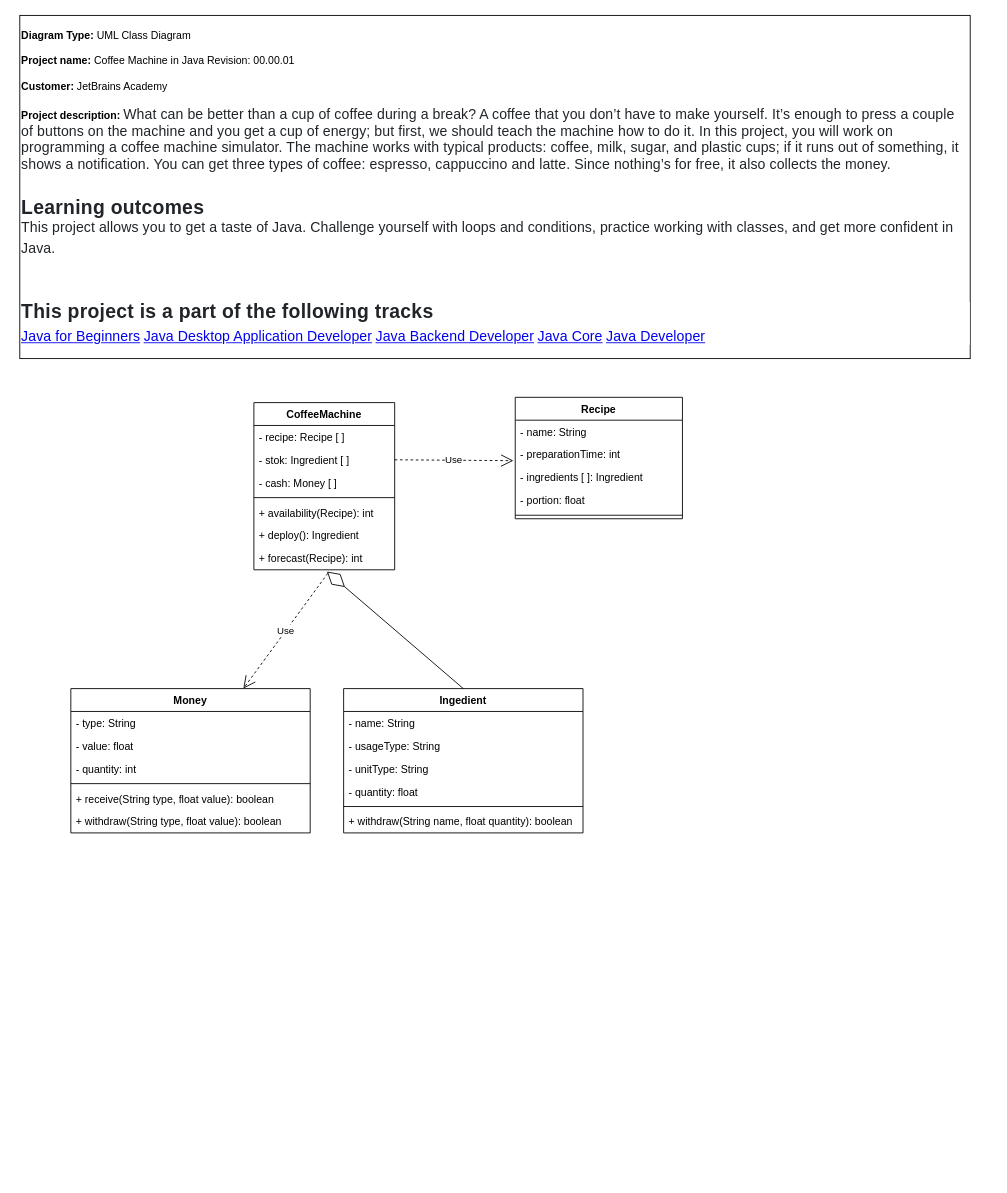
AlbertoVictorRebello/JetBrainsJavaForBeginners-CoffeMachineProject keeps this draw.io diagram as UML/CoffeMachine v 0.0.1.drawio. Above is the earlier version. Source tidied: cells renumbered, new cells numbered last; positions are measured from the earlier drawing's top-left corner, leaving out a move shared by most shapes. Both pictures are drawn from the tidied source at 88%, with x=0, y=0 at pixel (19, 15).
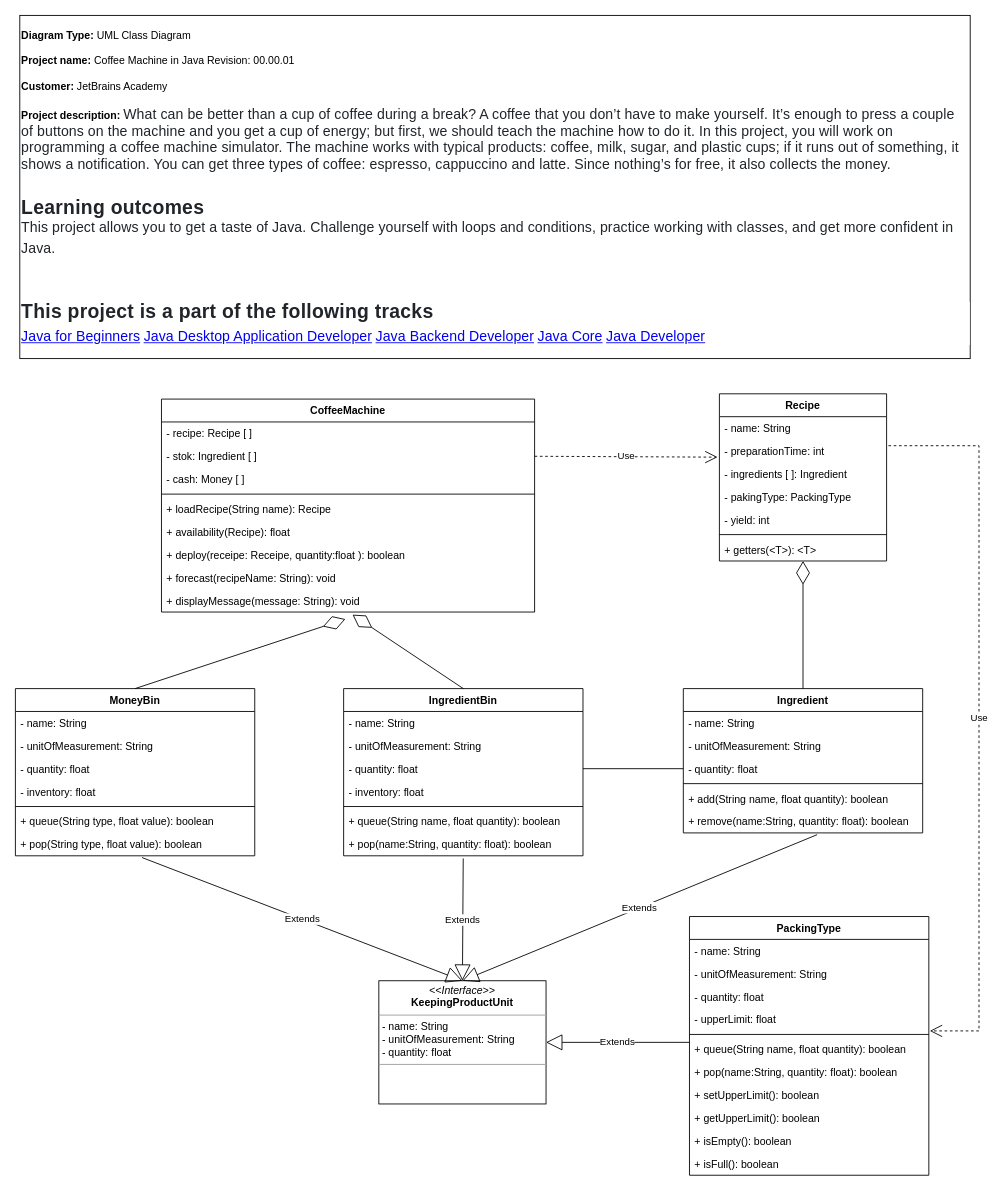
The same page after the edit.

Commit message (it also covers changes not shown here):
Stage 2/6: Ingredient calculator - implemented class structure. New CoffeeMachine.forecast method is available.

The change refers to these unchanged cells:
```xml
<mxCell id="14" value="- preparationTime: int&#10;" style="text;strokeColor=none;fillColor=none;align=left;verticalAlign=top;spacingLeft=4;spacingRight=4;overflow=hidden;points=[[0,0.5],[1,0.5]];portConstraint=eastwest;" parent="12" vertex="1">
  <mxGeometry y="52" width="190" height="26" as="geometry" />
</mxCell>
```

Change to the diagram source:
```diff
@@
     <mxCell id="4" value="CoffeeMachine" style="swimlane;fontStyle=1;align=center;verticalAlign=top;horizontal=1;startSize=26;" parent="1" vertex="1">
-      <mxGeometry x="266" y="440" width="160" height="190" as="geometry" />
+      <mxGeometry x="161" y="436" width="424" height="242" as="geometry" />
     </mxCell>
     <mxCell id="5" value="- recipe: Recipe [ ]&#10;" style="text;strokeColor=none;fillColor=none;align=left;verticalAlign=top;spacingLeft=4;spacingRight=4;overflow=hidden;" parent="4" vertex="1">
-      <mxGeometry y="26" width="160" height="26" as="geometry" />
+      <mxGeometry y="26" width="424" height="26" as="geometry" />
     </mxCell>
     <mxCell id="6" value="- stok: Ingredient [ ]" style="text;strokeColor=none;fillColor=none;align=left;verticalAlign=top;spacingLeft=4;spacingRight=4;overflow=hidden;points=[[0,0.5],[1,0.5]];portConstraint=eastwest;" parent="4" vertex="1">
-      <mxGeometry y="52" width="160" height="26" as="geometry" />
+      <mxGeometry y="52" width="424" height="26" as="geometry" />
     </mxCell>
     <mxCell id="7" value="- cash: Money [ ]" style="text;strokeColor=none;fillColor=none;align=left;verticalAlign=top;spacingLeft=4;spacingRight=4;overflow=hidden;" parent="4" vertex="1">
-      <mxGeometry y="78" width="160" height="26" as="geometry" />
+      <mxGeometry y="78" width="424" height="26" as="geometry" />
     </mxCell>
     <mxCell id="8" style="line;strokeWidth=1;fillColor=none;align=left;verticalAlign=middle;spacingTop=-1;spacingLeft=3;spacingRight=3;labelPosition=right;" parent="4" vertex="1">
-      <mxGeometry y="104" width="160" height="8" as="geometry" />
+      <mxGeometry y="104" width="424" height="8" as="geometry" />
     </mxCell>
+    <mxCell id="34" value="+ loadRecipe(String name): Recipe" style="text;strokeColor=none;fillColor=none;align=left;verticalAlign=top;spacingLeft=4;spacingRight=4;overflow=hidden;" parent="4" vertex="1">
+      <mxGeometry y="112" width="424" height="26" as="geometry" />
+    </mxCell>
-    <mxCell id="9" value="+ availability(Recipe): int" style="text;strokeColor=none;fillColor=none;align=left;verticalAlign=top;spacingLeft=4;spacingRight=4;overflow=hidden;" parent="4" vertex="1">
-      <mxGeometry y="112" width="160" height="26" as="geometry" />
+    <mxCell id="9" value="+ availability(Recipe): float" style="text;strokeColor=none;fillColor=none;align=left;verticalAlign=top;spacingLeft=4;spacingRight=4;overflow=hidden;" parent="4" vertex="1">
+      <mxGeometry y="138" width="424" height="26" as="geometry" />
     </mxCell>
-    <mxCell id="10" value="+ deploy(): Ingredient" style="text;strokeColor=none;fillColor=none;align=left;verticalAlign=top;spacingLeft=4;spacingRight=4;overflow=hidden;" parent="4" vertex="1">
-      <mxGeometry y="138" width="160" height="26" as="geometry" />
+    <mxCell id="10" value="+ deploy(receipe: Receipe, quantity:float ): boolean" style="text;strokeColor=none;fillColor=none;align=left;verticalAlign=top;spacingLeft=4;spacingRight=4;overflow=hidden;" parent="4" vertex="1">
+      <mxGeometry y="164" width="424" height="26" as="geometry" />
     </mxCell>
-    <mxCell id="11" value="+ forecast(Recipe): int" style="text;strokeColor=none;fillColor=none;align=left;verticalAlign=top;spacingLeft=4;spacingRight=4;overflow=hidden;points=[[0,0.5],[1,0.5]];portConstraint=eastwest;" parent="4" vertex="1">
-      <mxGeometry y="164" width="160" height="26" as="geometry" />
+    <mxCell id="11" value="+ forecast(recipeName: String): void" style="text;strokeColor=none;fillColor=none;align=left;verticalAlign=top;spacingLeft=4;spacingRight=4;overflow=hidden;points=[[0,0.5],[1,0.5]];portConstraint=eastwest;" parent="4" vertex="1">
+      <mxGeometry y="190" width="424" height="26" as="geometry" />
     </mxCell>
+    <mxCell id="35" value="+ displayMessage(message: String): void" style="text;strokeColor=none;fillColor=none;align=left;verticalAlign=top;spacingLeft=4;spacingRight=4;overflow=hidden;points=[[0,0.5],[1,0.5]];portConstraint=eastwest;" parent="4" vertex="1">
+      <mxGeometry y="216" width="424" height="26" as="geometry" />
+    </mxCell>
     <mxCell id="12" value="Recipe" style="swimlane;fontStyle=1;align=center;verticalAlign=top;horizontal=1;startSize=26;" parent="1" vertex="1">
-      <mxGeometry x="563" y="434" width="190" height="138" as="geometry" />
+      <mxGeometry x="795" y="430" width="190" height="190" as="geometry" />
     </mxCell>
@@
-    <mxCell id="16" value="- portion: float" style="text;strokeColor=none;fillColor=none;align=left;verticalAlign=top;spacingLeft=4;spacingRight=4;overflow=hidden;" parent="12" vertex="1">
+    <mxCell id="16" value="- pakingType: PackingType" style="text;strokeColor=none;fillColor=none;align=left;verticalAlign=top;spacingLeft=4;spacingRight=4;overflow=hidden;" parent="12" vertex="1">
       <mxGeometry y="104" width="190" height="26" as="geometry" />
     </mxCell>
+    <mxCell id="36" value="- yield: int" style="text;strokeColor=none;fillColor=none;align=left;verticalAlign=top;spacingLeft=4;spacingRight=4;overflow=hidden;" parent="12" vertex="1">
+      <mxGeometry y="130" width="190" height="26" as="geometry" />
+    </mxCell>
     <mxCell id="17" style="line;strokeWidth=1;fillColor=none;align=left;verticalAlign=middle;spacingTop=-1;spacingLeft=3;spacingRight=3;labelPosition=right;" parent="12" vertex="1">
-      <mxGeometry y="130" width="190" height="8" as="geometry" />
+      <mxGeometry y="156" width="190" height="8" as="geometry" />
     </mxCell>
+    <mxCell id="37" value="+ getters(&lt;T&gt;): &lt;T&gt;" style="text;strokeColor=none;fillColor=none;align=left;verticalAlign=top;spacingLeft=4;spacingRight=4;overflow=hidden;points=[[0,0.5],[1,0.5]];portConstraint=eastwest;" parent="12" vertex="1">
+      <mxGeometry y="164" width="190" height="26" as="geometry" />
+    </mxCell>
-    <mxCell id="18" value="Ingedient" style="swimlane;fontStyle=1;align=center;verticalAlign=top;horizontal=1;startSize=26;" parent="1" vertex="1">
-      <mxGeometry x="368" y="765" width="272" height="164" as="geometry" />
+    <mxCell id="18" value="IngredientBin" style="swimlane;fontStyle=1;align=center;verticalAlign=top;horizontal=1;startSize=26;" parent="1" vertex="1">
+      <mxGeometry x="368" y="765" width="272" height="190" as="geometry" />
     </mxCell>
@@
-    <mxCell id="20" value="- usageType: String" style="text;strokeColor=none;fillColor=none;align=left;verticalAlign=top;spacingLeft=4;spacingRight=4;overflow=hidden;" parent="18" vertex="1">
-      <mxGeometry y="52" width="272" height="26" as="geometry" />
-    </mxCell>
-    <mxCell id="21" value="- unitType: String" style="text;strokeColor=none;fillColor=none;align=left;verticalAlign=top;spacingLeft=4;spacingRight=4;overflow=hidden;" parent="18" vertex="1">
-      <mxGeometry y="78" width="272" height="26" as="geometry" />
-    </mxCell>
+    <mxCell id="38" value="- unitOfMeasurement: String" style="text;strokeColor=none;fillColor=none;align=left;verticalAlign=top;spacingLeft=4;spacingRight=4;overflow=hidden;" parent="18" vertex="1">
+      <mxGeometry y="52" width="272" height="26" as="geometry" />
+    </mxCell>
     <mxCell id="22" value="- quantity: float" style="text;strokeColor=none;fillColor=none;align=left;verticalAlign=top;spacingLeft=4;spacingRight=4;overflow=hidden;points=[[0,0.5],[1,0.5]];portConstraint=eastwest;" parent="18" vertex="1">
-      <mxGeometry y="104" width="272" height="26" as="geometry" />
+      <mxGeometry y="78" width="272" height="26" as="geometry" />
     </mxCell>
+    <mxCell id="39" value="- inventory: float" style="text;strokeColor=none;fillColor=none;align=left;verticalAlign=top;spacingLeft=4;spacingRight=4;overflow=hidden;" parent="18" vertex="1">
+      <mxGeometry y="104" width="272" height="26" as="geometry" />
+    </mxCell>
@@
-    <mxCell id="24" value="+ withdraw(String name, float quantity): boolean" style="text;strokeColor=none;fillColor=none;align=left;verticalAlign=top;spacingLeft=4;spacingRight=4;overflow=hidden;" parent="18" vertex="1">
+    <mxCell id="24" value="+ queue(String name, float quantity): boolean" style="text;strokeColor=none;fillColor=none;align=left;verticalAlign=top;spacingLeft=4;spacingRight=4;overflow=hidden;" parent="18" vertex="1">
       <mxGeometry y="138" width="272" height="26" as="geometry" />
     </mxCell>
+    <mxCell id="32" value="+ pop(name:String, quantity: float): boolean" style="text;strokeColor=none;fillColor=none;align=left;verticalAlign=top;spacingLeft=4;spacingRight=4;overflow=hidden;" parent="18" vertex="1">
+      <mxGeometry y="164" width="272" height="26" as="geometry" />
+    </mxCell>
-    <mxCell id="25" style="endArrow=diamondThin;endFill=0;endSize=24;html=1;rounded=0;exitX=0.5;exitY=0;exitDx=0;exitDy=0;entryX=0.519;entryY=1.077;entryDx=0;entryDy=0;entryPerimeter=0;" parent="1" edge="1" source="18" target="11">
+    <mxCell id="25" style="endArrow=diamondThin;endFill=0;endSize=24;html=1;rounded=0;exitX=0.5;exitY=0;exitDx=0;exitDy=0;entryX=0.512;entryY=1.115;entryDx=0;entryDy=0;entryPerimeter=0;" parent="1" edge="1" source="18" target="35">
       <mxGeometry relative="1" as="geometry" />
     </mxCell>
-    <mxCell id="26" value="Money" style="swimlane;fontStyle=1;align=center;verticalAlign=top;horizontal=1;startSize=26;" parent="1" vertex="1">
-      <mxGeometry x="58" y="765" width="272" height="164" as="geometry" />
+    <mxCell id="26" value="MoneyBin" style="swimlane;fontStyle=1;align=center;verticalAlign=top;horizontal=1;startSize=26;" parent="1" vertex="1">
+      <mxGeometry x="-5" y="765" width="272" height="190" as="geometry" />
     </mxCell>
-    <mxCell id="27" value="- type: String" style="text;strokeColor=none;fillColor=none;align=left;verticalAlign=top;spacingLeft=4;spacingRight=4;overflow=hidden;" parent="26" vertex="1">
+    <mxCell id="27" value="- name: String" style="text;strokeColor=none;fillColor=none;align=left;verticalAlign=top;spacingLeft=4;spacingRight=4;overflow=hidden;" parent="26" vertex="1">
       <mxGeometry y="26" width="272" height="26" as="geometry" />
     </mxCell>
-    <mxCell id="28" value="- value: float" style="text;strokeColor=none;fillColor=none;align=left;verticalAlign=top;spacingLeft=4;spacingRight=4;overflow=hidden;" parent="26" vertex="1">
-      <mxGeometry y="52" width="272" height="26" as="geometry" />
-    </mxCell>
+    <mxCell id="40" value="- unitOfMeasurement: String" style="text;strokeColor=none;fillColor=none;align=left;verticalAlign=top;spacingLeft=4;spacingRight=4;overflow=hidden;" parent="26" vertex="1">
+      <mxGeometry y="52" width="272" height="26" as="geometry" />
+    </mxCell>
-    <mxCell id="29" value="- quantity: int" style="text;strokeColor=none;fillColor=none;align=left;verticalAlign=top;spacingLeft=4;spacingRight=4;overflow=hidden;" parent="26" vertex="1">
+    <mxCell id="29" value="- quantity: float" style="text;strokeColor=none;fillColor=none;align=left;verticalAlign=top;spacingLeft=4;spacingRight=4;overflow=hidden;" parent="26" vertex="1">
       <mxGeometry y="78" width="272" height="26" as="geometry" />
     </mxCell>
+    <mxCell id="41" value="- inventory: float" style="text;strokeColor=none;fillColor=none;align=left;verticalAlign=top;spacingLeft=4;spacingRight=4;overflow=hidden;" parent="26" vertex="1">
+      <mxGeometry y="104" width="272" height="26" as="geometry" />
+    </mxCell>
     <mxCell id="30" style="line;strokeWidth=1;fillColor=none;align=left;verticalAlign=middle;spacingTop=-1;spacingLeft=3;spacingRight=3;labelPosition=right;" parent="26" vertex="1">
-      <mxGeometry y="104" width="272" height="8" as="geometry" />
+      <mxGeometry y="130" width="272" height="8" as="geometry" />
     </mxCell>
-    <mxCell id="31" value="+ receive(String type, float value): boolean" style="text;strokeColor=none;fillColor=none;align=left;verticalAlign=top;spacingLeft=4;spacingRight=4;overflow=hidden;" parent="26" vertex="1">
-      <mxGeometry y="112" width="272" height="26" as="geometry" />
+    <mxCell id="31" value="+ queue(String type, float value): boolean" style="text;strokeColor=none;fillColor=none;align=left;verticalAlign=top;spacingLeft=4;spacingRight=4;overflow=hidden;" parent="26" vertex="1">
+      <mxGeometry y="138" width="272" height="26" as="geometry" />
     </mxCell>
-    <mxCell id="32" value="+ withdraw(String type, float value): boolean" style="text;strokeColor=none;fillColor=none;align=left;verticalAlign=top;spacingLeft=4;spacingRight=4;overflow=hidden;" parent="26" vertex="1">
-      <mxGeometry y="138" width="272" height="26" as="geometry" />
-    </mxCell>
+    <mxCell id="42" value="+ pop(String type, float value): boolean" style="text;strokeColor=none;fillColor=none;align=left;verticalAlign=top;spacingLeft=4;spacingRight=4;overflow=hidden;points=[[0,0.5],[1,0.5]];portConstraint=eastwest;" parent="26" vertex="1">
+      <mxGeometry y="164" width="272" height="26" as="geometry" />
+    </mxCell>
+    <mxCell id="43" style="endArrow=diamondThin;endFill=0;endSize=24;html=1;rounded=0;exitX=0.5;exitY=0;exitDx=0;exitDy=0;entryX=0.493;entryY=1.308;entryDx=0;entryDy=0;entryPerimeter=0;" parent="1" edge="1" source="26" target="35">
+      <mxGeometry relative="1" as="geometry" />
+    </mxCell>
+    <mxCell id="44" value="&lt;p style=&quot;margin: 0px ; margin-top: 4px ; text-align: center&quot;&gt;&lt;i&gt;&amp;lt;&amp;lt;Interface&amp;gt;&amp;gt;&lt;/i&gt;&lt;br&gt;&lt;span style=&quot;font-weight: 700&quot;&gt;KeepingProductUnit&lt;/span&gt;&lt;br&gt;&lt;/p&gt;&lt;hr size=&quot;1&quot;&gt;&lt;p style=&quot;margin: 0px ; margin-left: 4px&quot;&gt;- name: String&lt;br&gt;- unitOfMeasurement: String&lt;br&gt;&lt;/p&gt;&lt;p style=&quot;margin: 0px ; margin-left: 4px&quot;&gt;- quantity: float&lt;br&gt;&lt;/p&gt;&lt;hr size=&quot;1&quot;&gt;&lt;p style=&quot;margin: 0px ; margin-left: 4px&quot;&gt;&lt;br&gt;&lt;/p&gt;" style="verticalAlign=top;align=left;overflow=fill;fontSize=12;fontFamily=Helvetica;html=1;" parent="1" vertex="1">
+      <mxGeometry x="408" y="1097" width="190" height="140" as="geometry" />
+    </mxCell>
+    <mxCell id="45" value="Ingredient" style="swimlane;fontStyle=1;align=center;verticalAlign=top;horizontal=1;startSize=26;" parent="1" vertex="1">
+      <mxGeometry x="754" y="765" width="272" height="164" as="geometry" />
+    </mxCell>
+    <mxCell id="46" value="- name: String" style="text;strokeColor=none;fillColor=none;align=left;verticalAlign=top;spacingLeft=4;spacingRight=4;overflow=hidden;" parent="45" vertex="1">
+      <mxGeometry y="26" width="272" height="26" as="geometry" />
+    </mxCell>
+    <mxCell id="47" value="- unitOfMeasurement: String" style="text;strokeColor=none;fillColor=none;align=left;verticalAlign=top;spacingLeft=4;spacingRight=4;overflow=hidden;" parent="45" vertex="1">
+      <mxGeometry y="52" width="272" height="26" as="geometry" />
+    </mxCell>
+    <mxCell id="48" value="- quantity: float" style="text;strokeColor=none;fillColor=none;align=left;verticalAlign=top;spacingLeft=4;spacingRight=4;overflow=hidden;points=[[0,0.5],[1,0.5]];portConstraint=eastwest;" parent="45" vertex="1">
+      <mxGeometry y="78" width="272" height="26" as="geometry" />
+    </mxCell>
+    <mxCell id="49" style="line;strokeWidth=1;fillColor=none;align=left;verticalAlign=middle;spacingTop=-1;spacingLeft=3;spacingRight=3;labelPosition=right;" parent="45" vertex="1">
+      <mxGeometry y="104" width="272" height="8" as="geometry" />
+    </mxCell>
+    <mxCell id="50" value="+ add(String name, float quantity): boolean" style="text;strokeColor=none;fillColor=none;align=left;verticalAlign=top;spacingLeft=4;spacingRight=4;overflow=hidden;" parent="45" vertex="1">
+      <mxGeometry y="112" width="272" height="26" as="geometry" />
+    </mxCell>
+    <mxCell id="51" value="+ remove(name:String, quantity: float): boolean" style="text;strokeColor=none;fillColor=none;align=left;verticalAlign=top;spacingLeft=4;spacingRight=4;overflow=hidden;points=[[0,0.5],[1,0.5]];portConstraint=eastwest;" parent="45" vertex="1">
+      <mxGeometry y="138" width="272" height="26" as="geometry" />
+    </mxCell>
+    <mxCell id="52" style="endArrow=diamondThin;endFill=0;endSize=24;html=1;rounded=0;exitX=0.5;exitY=0;exitDx=0;exitDy=0;" parent="1" edge="1" source="45" target="37">
+      <mxGeometry relative="1" as="geometry" />
+    </mxCell>
+    <mxCell id="53" style="endArrow=none;html=1;edgeStyle=orthogonalEdgeStyle;rounded=0;exitX=1;exitY=0.5;exitDx=0;exitDy=0;" parent="1" edge="1" source="22" target="48">
+      <mxGeometry relative="1" as="geometry" />
+    </mxCell>
+    <mxCell id="54" value="Extends" style="endArrow=block;endSize=16;endFill=0;html=1;rounded=0;entryX=0.5;entryY=0;entryDx=0;entryDy=0;exitX=0.529;exitY=1.077;exitDx=0;exitDy=0;exitPerimeter=0;" parent="1" edge="1" source="42" target="44">
+      <mxGeometry relative="1" as="geometry" />
+    </mxCell>
+    <mxCell id="55" value="Extends" style="endArrow=block;endSize=16;endFill=0;html=1;rounded=0;exitX=0.518;exitY=1.115;exitDx=0;exitDy=0;exitPerimeter=0;entryX=0.5;entryY=0;entryDx=0;entryDy=0;" parent="1" edge="1" target="44">
+      <mxGeometry relative="1" as="geometry">
+        <mxPoint x="503.9" y="958" as="sourcePoint" />
+      </mxGeometry>
+    </mxCell>
+    <mxCell id="56" value="Extends" style="endArrow=block;endSize=16;endFill=0;html=1;rounded=0;entryX=0.5;entryY=0;entryDx=0;entryDy=0;exitX=0.559;exitY=1.077;exitDx=0;exitDy=0;exitPerimeter=0;" parent="1" edge="1" source="51" target="44">
+      <mxGeometry relative="1" as="geometry" />
+    </mxCell>
+    <mxCell id="57" value="PackingType" style="swimlane;fontStyle=1;align=center;verticalAlign=top;horizontal=1;startSize=26;" parent="1" vertex="1">
+      <mxGeometry x="761" y="1024" width="272" height="294" as="geometry" />
+    </mxCell>
+    <mxCell id="58" value="- name: String" style="text;strokeColor=none;fillColor=none;align=left;verticalAlign=top;spacingLeft=4;spacingRight=4;overflow=hidden;" parent="57" vertex="1">
+      <mxGeometry y="26" width="272" height="26" as="geometry" />
+    </mxCell>
+    <mxCell id="59" value="- unitOfMeasurement: String" style="text;strokeColor=none;fillColor=none;align=left;verticalAlign=top;spacingLeft=4;spacingRight=4;overflow=hidden;" parent="57" vertex="1">
+      <mxGeometry y="52" width="272" height="26" as="geometry" />
+    </mxCell>
+    <mxCell id="60" value="- quantity: float" style="text;strokeColor=none;fillColor=none;align=left;verticalAlign=top;spacingLeft=4;spacingRight=4;overflow=hidden;" parent="57" vertex="1">
+      <mxGeometry y="78" width="272" height="26" as="geometry" />
+    </mxCell>
+    <mxCell id="61" value="- upperLimit: float" style="text;strokeColor=none;fillColor=none;align=left;verticalAlign=top;spacingLeft=4;spacingRight=4;overflow=hidden;points=[[0,0.5],[1,0.5]];portConstraint=eastwest;" parent="57" vertex="1">
+      <mxGeometry y="104" width="272" height="26" as="geometry" />
+    </mxCell>
+    <mxCell id="62" style="line;strokeWidth=1;fillColor=none;align=left;verticalAlign=middle;spacingTop=-1;spacingLeft=3;spacingRight=3;labelPosition=right;" parent="57" vertex="1">
+      <mxGeometry y="130" width="272" height="8" as="geometry" />
+    </mxCell>
+    <mxCell id="63" value="+ queue(String name, float quantity): boolean" style="text;strokeColor=none;fillColor=none;align=left;verticalAlign=top;spacingLeft=4;spacingRight=4;overflow=hidden;points=[[0,0.5],[1,0.5]];portConstraint=eastwest;" parent="57" vertex="1">
+      <mxGeometry y="138" width="272" height="26" as="geometry" />
+    </mxCell>
+    <mxCell id="64" value="+ pop(name:String, quantity: float): boolean" style="text;strokeColor=none;fillColor=none;align=left;verticalAlign=top;spacingLeft=4;spacingRight=4;overflow=hidden;" parent="57" vertex="1">
+      <mxGeometry y="164" width="272" height="26" as="geometry" />
+    </mxCell>
+    <mxCell id="65" value="+ setUpperLimit(): boolean" style="text;strokeColor=none;fillColor=none;align=left;verticalAlign=top;spacingLeft=4;spacingRight=4;overflow=hidden;" parent="57" vertex="1">
+      <mxGeometry y="190" width="272" height="26" as="geometry" />
+    </mxCell>
+    <mxCell id="66" value="+ getUpperLimit(): boolean" style="text;strokeColor=none;fillColor=none;align=left;verticalAlign=top;spacingLeft=4;spacingRight=4;overflow=hidden;" parent="57" vertex="1">
+      <mxGeometry y="216" width="272" height="26" as="geometry" />
+    </mxCell>
+    <mxCell id="67" value="+ isEmpty(): boolean" style="text;strokeColor=none;fillColor=none;align=left;verticalAlign=top;spacingLeft=4;spacingRight=4;overflow=hidden;" parent="57" vertex="1">
+      <mxGeometry y="242" width="272" height="26" as="geometry" />
+    </mxCell>
+    <mxCell id="68" value="+ isFull(): boolean" style="text;strokeColor=none;fillColor=none;align=left;verticalAlign=top;spacingLeft=4;spacingRight=4;overflow=hidden;" parent="57" vertex="1">
+      <mxGeometry y="268" width="272" height="26" as="geometry" />
+    </mxCell>
+    <mxCell id="69" value="Extends" style="endArrow=block;endSize=16;endFill=0;html=1;rounded=0;entryX=1;entryY=0.5;entryDx=0;entryDy=0;exitX=0;exitY=0.192;exitDx=0;exitDy=0;exitPerimeter=0;" parent="1" edge="1" source="63" target="44">
+      <mxGeometry relative="1" as="geometry" />
+    </mxCell>
-    <mxCell id="33" value="Use" style="endArrow=open;endSize=12;dashed=1;html=1;rounded=0;exitX=0.525;exitY=1.154;exitDx=0;exitDy=0;exitPerimeter=0;" parent="1" edge="1" source="11" target="26">
-      <mxGeometry relative="1" as="geometry" />
+    <mxCell id="33" value="Use" style="endArrow=open;endSize=12;dashed=1;html=1;rounded=0;exitX=1.011;exitY=0.269;exitDx=0;exitDy=0;exitPerimeter=0;entryX=1.004;entryY=1;entryDx=0;entryDy=0;entryPerimeter=0;" parent="1" edge="1" source="14" target="61">
+      <mxGeometry relative="1" as="geometry">
+        <Array as="points">
+          <mxPoint x="1090" y="489" />
+          <mxPoint x="1090" y="1154" />
+        </Array>
+      </mxGeometry>
     </mxCell>
```
